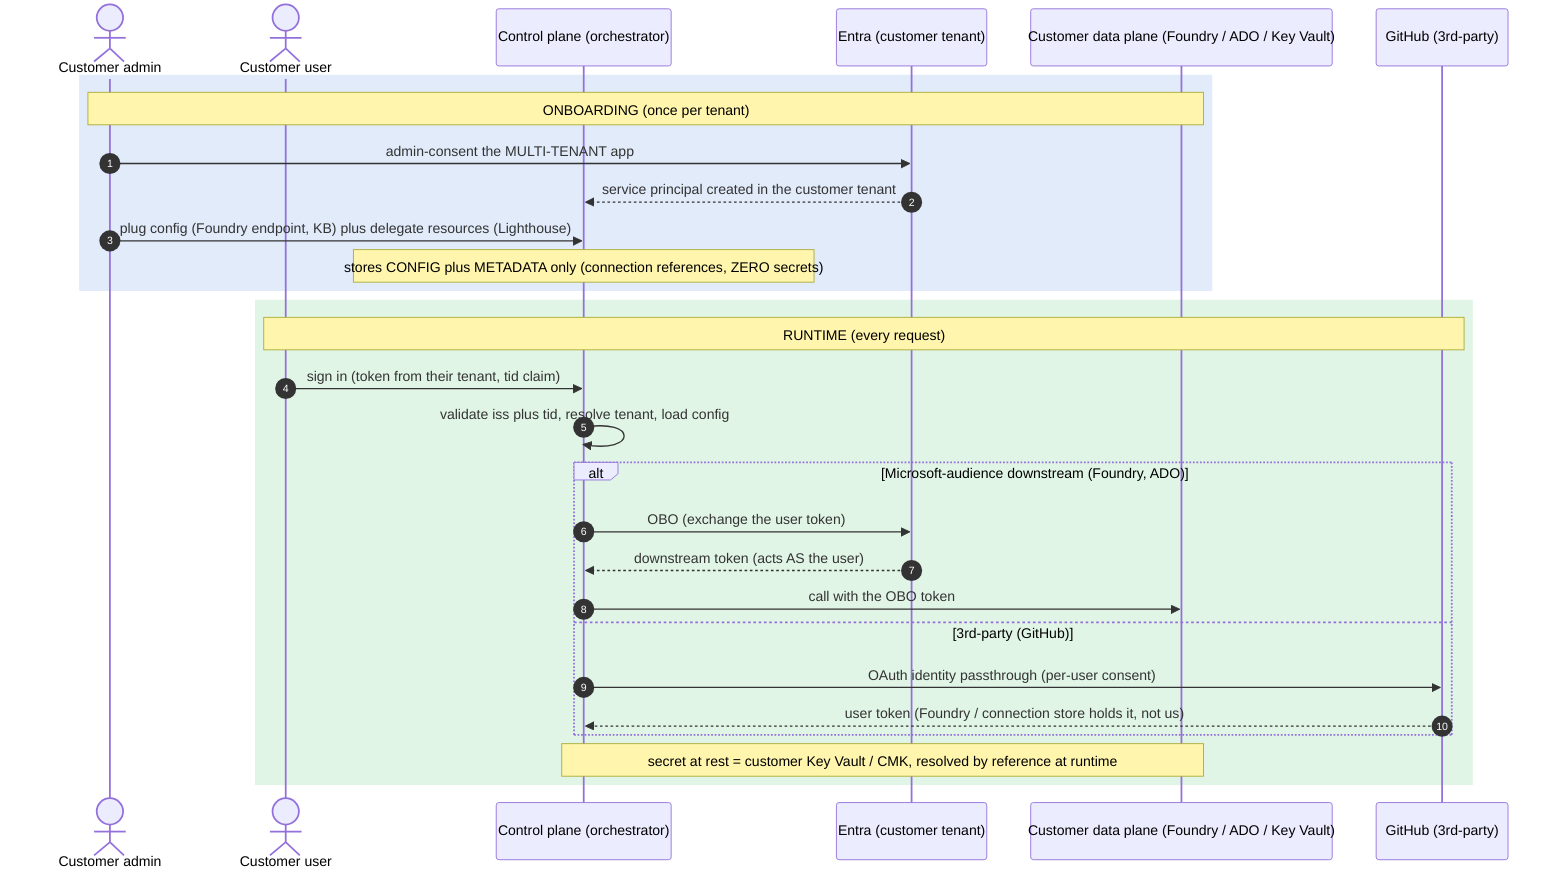
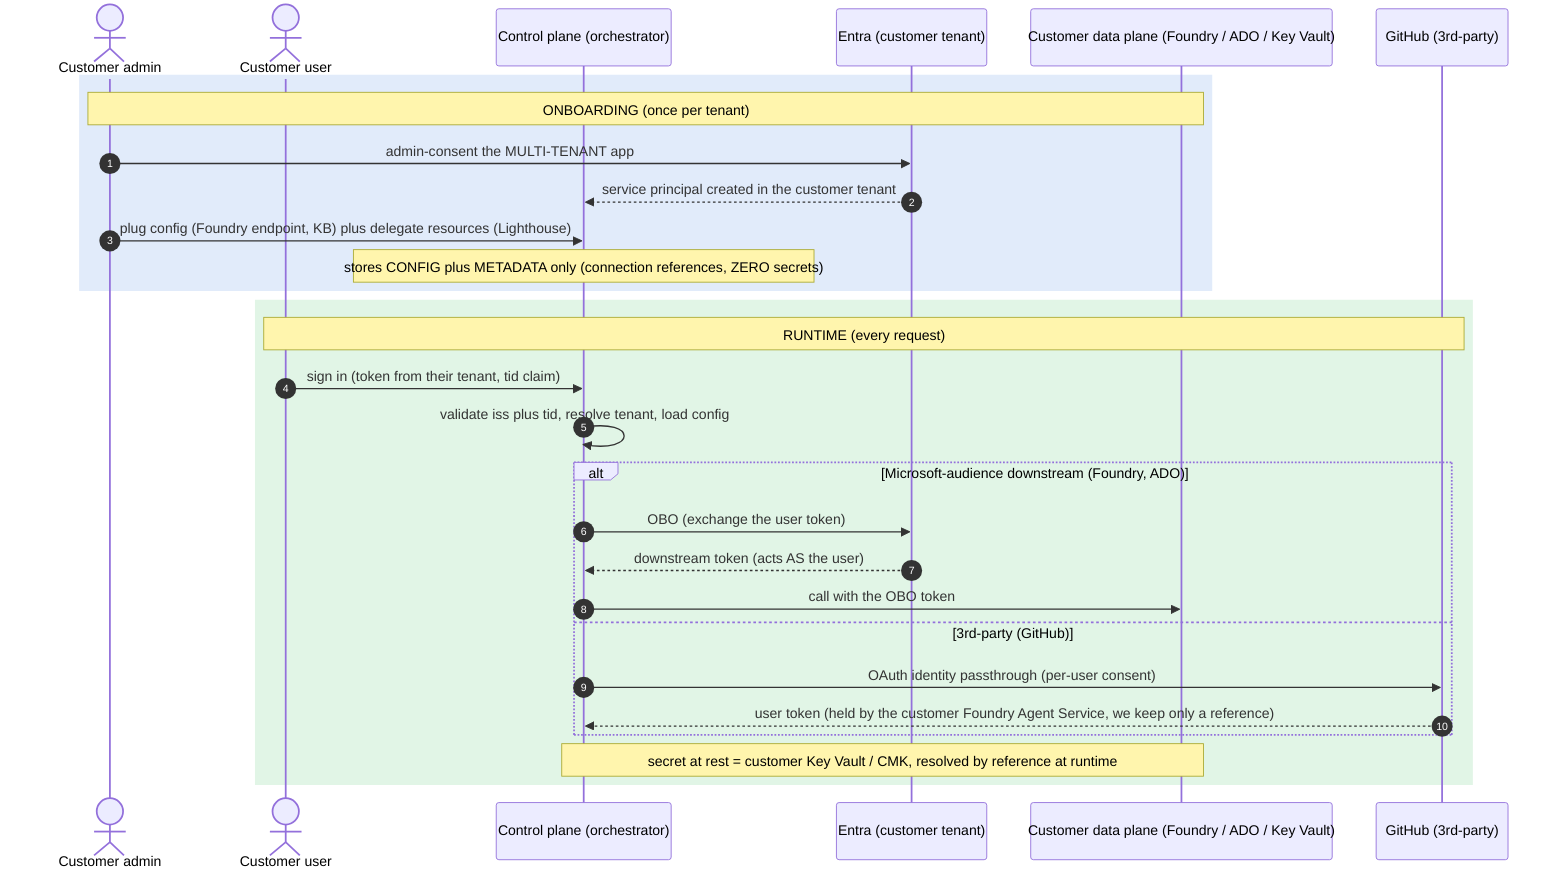
%% Foundry Assured — SaaS target architecture · Fig 2: Identity & credential flow
%% Onboarding (once per tenant) + runtime (every request). We broker tokens, never store them.
sequenceDiagram
    autonumber
    actor Admin as Customer admin
    actor User as Customer user
    participant CP as Control plane (orchestrator)
    participant Entra as Entra (customer tenant)
    participant DP as Customer data plane (Foundry / ADO / Key Vault)
    participant GH as GitHub (3rd-party)

    rect rgb(225,235,250)
    note over Admin,DP: ONBOARDING (once per tenant)
    Admin->>Entra: admin-consent the MULTI-TENANT app
    Entra-->>CP: service principal created in the customer tenant
    Admin->>CP: plug config (Foundry endpoint, KB) plus delegate resources (Lighthouse)
    note over CP: stores CONFIG plus METADATA only (connection references, ZERO secrets)
    end

    rect rgb(225,245,230)
    note over User,GH: RUNTIME (every request)
    User->>CP: sign in (token from their tenant, tid claim)
    CP->>CP: validate iss plus tid, resolve tenant, load config
    alt Microsoft-audience downstream (Foundry, ADO)
        CP->>Entra: OBO (exchange the user token)
        Entra-->>CP: downstream token (acts AS the user)
        CP->>DP: call with the OBO token
    else 3rd-party (GitHub)
        CP->>GH: OAuth identity passthrough (per-user consent)
-         GH-->>CP: user token (Foundry / connection store holds it, not us)
+         GH-->>CP: user token (held by the customer Foundry Agent Service, we keep only a reference)
    end
    note over CP,DP: secret at rest = customer Key Vault / CMK, resolved by reference at runtime
    end
